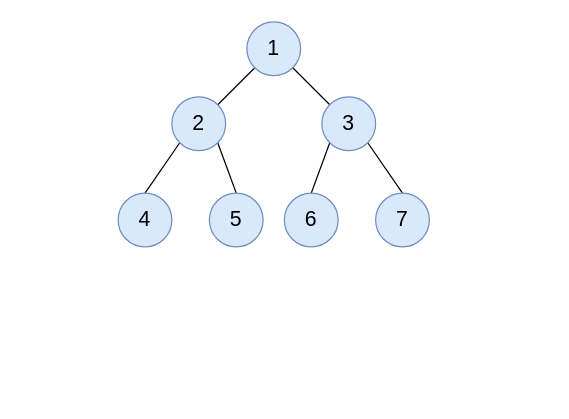
wujinzhe/course keeps this draw.io diagram as page "第 25 页" (25 of 25) of Untitled Diagram.drawio. Above is the earlier version. Source tidied: cells renumbered, new cells numbered last; positions are measured from the earlier drawing's top-left corner, leaving out a move shared by most shapes. Both pictures are drawn from the tidied source at 125%, with x=0, y=0 at pixel (118, 21).
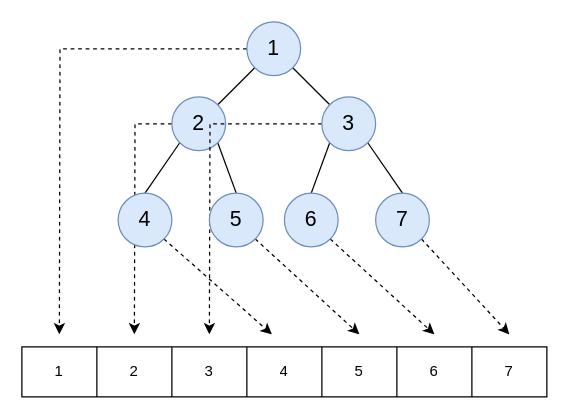
After the change.

The change refers to these unchanged cells:
```xml
<mxCell id="4" value="&lt;font style=&quot;font-size: 17px;&quot;&gt;&lt;span style=&quot;font-size: 17px;&quot;&gt;1&lt;/span&gt;&lt;/font&gt;" style="ellipse;whiteSpace=wrap;html=1;fillColor=#dae8fc;strokeColor=#6c8ebf;fontStyle=0;fontSize=17;" parent="1" vertex="1">
  <mxGeometry x="103" width="43" height="43" as="geometry" />
</mxCell>
<mxCell id="7" value="&lt;font style=&quot;font-size: 17px;&quot;&gt;&lt;span style=&quot;font-size: 17px;&quot;&gt;2&lt;/span&gt;&lt;/font&gt;" style="ellipse;whiteSpace=wrap;html=1;fillColor=#dae8fc;strokeColor=#6c8ebf;fontStyle=0;fontSize=17;" parent="1" vertex="1">
  <mxGeometry x="43" y="60" width="43" height="43" as="geometry" />
</mxCell>
<mxCell id="10" value="&lt;font style=&quot;font-size: 17px;&quot;&gt;&lt;span style=&quot;font-size: 17px;&quot;&gt;3&lt;/span&gt;&lt;/font&gt;" style="ellipse;whiteSpace=wrap;html=1;fillColor=#dae8fc;strokeColor=#6c8ebf;fontStyle=0;fontSize=17;" parent="1" vertex="1">
  <mxGeometry x="163" y="60" width="43" height="43" as="geometry" />
</mxCell>
<mxCell id="11" value="&lt;font style=&quot;font-size: 17px;&quot;&gt;&lt;span style=&quot;font-size: 17px;&quot;&gt;4&lt;/span&gt;&lt;/font&gt;" style="ellipse;whiteSpace=wrap;html=1;fillColor=#dae8fc;strokeColor=#6c8ebf;fontStyle=0;fontSize=17;" parent="1" vertex="1">
  <mxGeometry y="137" width="43" height="43" as="geometry" />
</mxCell>
<mxCell id="12" value="&lt;font style=&quot;font-size: 17px;&quot;&gt;&lt;span style=&quot;font-size: 17px;&quot;&gt;5&lt;/span&gt;&lt;/font&gt;" style="ellipse;whiteSpace=wrap;html=1;fillColor=#dae8fc;strokeColor=#6c8ebf;fontStyle=0;fontSize=17;" parent="1" vertex="1">
  <mxGeometry x="73" y="137" width="43" height="43" as="geometry" />
</mxCell>
<mxCell id="13" value="&lt;font style=&quot;font-size: 17px;&quot;&gt;&lt;span style=&quot;font-size: 17px;&quot;&gt;6&lt;/span&gt;&lt;/font&gt;" style="ellipse;whiteSpace=wrap;html=1;fillColor=#dae8fc;strokeColor=#6c8ebf;fontStyle=0;fontSize=17;" parent="1" vertex="1">
  <mxGeometry x="133" y="137" width="43" height="43" as="geometry" />
</mxCell>
<mxCell id="14" value="&lt;font style=&quot;font-size: 17px;&quot;&gt;&lt;span style=&quot;font-size: 17px;&quot;&gt;7&lt;/span&gt;&lt;/font&gt;" style="ellipse;whiteSpace=wrap;html=1;fillColor=#dae8fc;strokeColor=#6c8ebf;fontStyle=0;fontSize=17;" parent="1" vertex="1">
  <mxGeometry x="206" y="137" width="43" height="43" as="geometry" />
</mxCell>
```

What changed in the source:
```diff
@@
+    <mxCell id="15" style="edgeStyle=orthogonalEdgeStyle;rounded=0;jettySize=auto;html=1;exitX=0;exitY=0.5;exitDx=0;exitDy=0;dashed=1;" parent="1" edge="1" source="4">
+      <mxGeometry relative="1" as="geometry">
+        <mxPoint x="-47" y="250" as="targetPoint" />
+      </mxGeometry>
+    </mxCell>
@@
+    <mxCell id="16" style="edgeStyle=orthogonalEdgeStyle;rounded=0;jettySize=auto;html=1;exitX=0;exitY=0.5;exitDx=0;exitDy=0;dashed=1;" parent="1" edge="1" source="7">
+      <mxGeometry relative="1" as="geometry">
+        <mxPoint x="13" y="250" as="targetPoint" />
+      </mxGeometry>
+    </mxCell>
@@
+    <mxCell id="17" style="edgeStyle=orthogonalEdgeStyle;rounded=0;jettySize=auto;html=1;exitX=0;exitY=0.5;exitDx=0;exitDy=0;dashed=1;" parent="1" edge="1" source="10">
+      <mxGeometry relative="1" as="geometry">
+        <mxPoint x="73" y="250" as="targetPoint" />
+      </mxGeometry>
+    </mxCell>
@@
+    <mxCell id="18" style="rounded=0;jettySize=auto;html=1;exitX=1;exitY=1;exitDx=0;exitDy=0;dashed=1;" parent="1" edge="1" source="11">
+      <mxGeometry relative="1" as="geometry">
+        <mxPoint x="123" y="250" as="targetPoint" />
+      </mxGeometry>
+    </mxCell>
@@
+    <mxCell id="19" style="rounded=0;jettySize=auto;html=1;exitX=1;exitY=1;exitDx=0;exitDy=0;dashed=1;" parent="1" edge="1" source="12">
+      <mxGeometry relative="1" as="geometry">
+        <mxPoint x="193" y="250" as="targetPoint" />
+      </mxGeometry>
+    </mxCell>
@@
+    <mxCell id="20" style="rounded=0;jettySize=auto;html=1;exitX=1;exitY=1;exitDx=0;exitDy=0;dashed=1;" parent="1" edge="1" source="13">
+      <mxGeometry relative="1" as="geometry">
+        <mxPoint x="253" y="250" as="targetPoint" />
+      </mxGeometry>
+    </mxCell>
@@
+    <mxCell id="21" style="rounded=0;jettySize=auto;html=1;exitX=1;exitY=1;exitDx=0;exitDy=0;dashed=1;" parent="1" edge="1" source="14">
+      <mxGeometry relative="1" as="geometry">
+        <mxPoint x="313" y="250" as="targetPoint" />
+      </mxGeometry>
+    </mxCell>
@@
+    <mxCell id="22" style="shape=table;startSize=0;childLayout=tableLayout;" parent="1" vertex="1">
+      <mxGeometry x="-77" y="260" width="420" height="40" as="geometry" />
+    </mxCell>
+    <mxCell id="23" style="shape=tableRow;horizontal=0;startSize=0;swimlaneHead=0;swimlaneBody=0;strokeColor=inherit;top=0;left=0;bottom=0;right=0;fillColor=none;" parent="22" vertex="1">
+      <mxGeometry width="420" height="40" as="geometry" />
+    </mxCell>
+    <mxCell id="24" value="1" style="shape=partialRectangle;html=1;whiteSpace=wrap;strokeColor=inherit;overflow=hidden;fillColor=none;top=0;left=0;bottom=0;right=0;" parent="23" vertex="1">
+      <mxGeometry width="60" height="40" as="geometry" />
+    </mxCell>
+    <mxCell id="25" value="2" style="shape=partialRectangle;html=1;whiteSpace=wrap;strokeColor=inherit;overflow=hidden;fillColor=none;top=0;left=0;bottom=0;right=0;" parent="23" vertex="1">
+      <mxGeometry x="60" width="60" height="40" as="geometry" />
+    </mxCell>
+    <mxCell id="26" value="3" style="shape=partialRectangle;html=1;whiteSpace=wrap;strokeColor=inherit;overflow=hidden;fillColor=none;top=0;left=0;bottom=0;right=0;" parent="23" vertex="1">
+      <mxGeometry x="120" width="60" height="40" as="geometry" />
+    </mxCell>
+    <mxCell id="27" value="4" style="shape=partialRectangle;html=1;whiteSpace=wrap;strokeColor=inherit;overflow=hidden;fillColor=none;top=0;left=0;bottom=0;right=0;" parent="23" vertex="1">
+      <mxGeometry x="180" width="60" height="40" as="geometry" />
+    </mxCell>
+    <mxCell id="28" value="5" style="shape=partialRectangle;html=1;whiteSpace=wrap;strokeColor=inherit;overflow=hidden;fillColor=none;top=0;left=0;bottom=0;right=0;" parent="23" vertex="1">
+      <mxGeometry x="240" width="60" height="40" as="geometry" />
+    </mxCell>
+    <mxCell id="29" value="6" style="shape=partialRectangle;html=1;whiteSpace=wrap;strokeColor=inherit;overflow=hidden;fillColor=none;top=0;left=0;bottom=0;right=0;" parent="23" vertex="1">
+      <mxGeometry x="300" width="60" height="40" as="geometry" />
+    </mxCell>
+    <mxCell id="30" value="7" style="shape=partialRectangle;html=1;whiteSpace=wrap;strokeColor=inherit;overflow=hidden;fillColor=none;top=0;left=0;bottom=0;right=0;" parent="23" vertex="1">
+      <mxGeometry x="360" width="60" height="40" as="geometry" />
+    </mxCell>
```
